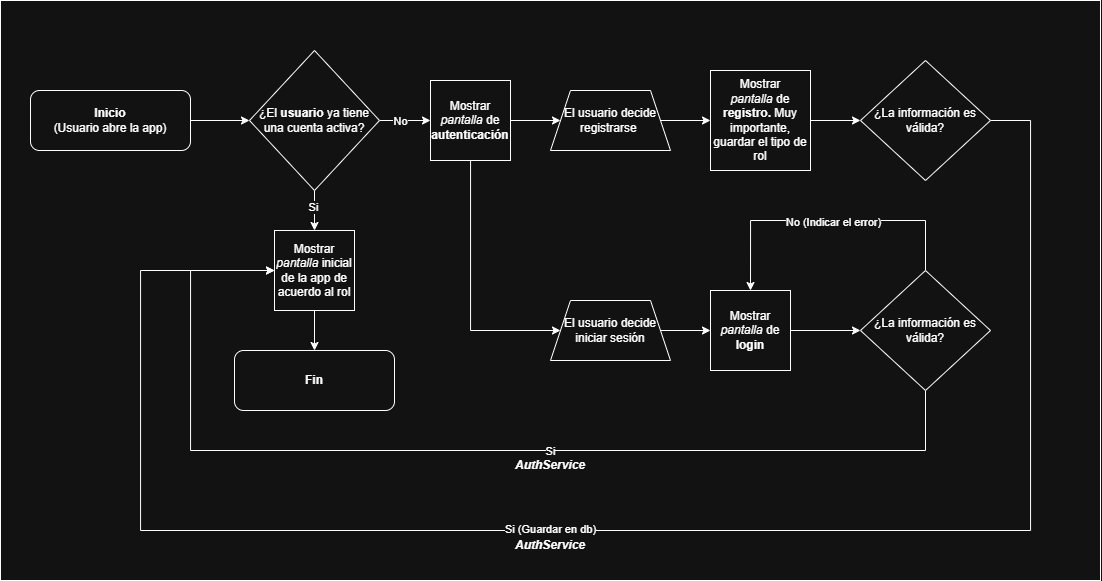
Above: Workshop_2_Design/diagrams/Diagrams - Surplus Food - Auth.png in Cristian7B/SystemAnalysisCourse (draw.io), before the change. Source tidied: cells renumbered, new cells last; positions are measured from the earlier drawing's top-left corner, leaving out a move shared by most shapes. The source it was exported from:
```xml
<mxGraphModel>
  <root>
    <mxCell id="0" />
    <mxCell id="1" parent="0" />
    <mxCell id="2" style="edgeStyle=orthogonalEdgeStyle;rounded=0;jettySize=auto;html=1;entryX=0.5;entryY=0;entryDx=0;entryDy=0;exitX=0.5;exitY=0;exitDx=0;exitDy=0;" parent="1" edge="1" source="27" target="22">
      <mxGeometry relative="1" as="geometry" />
    </mxCell>
    <mxCell id="3" style="rounded=0;whiteSpace=wrap;html=1;" parent="1" vertex="1">
      <mxGeometry width="1100" height="580" as="geometry" />
    </mxCell>
    <mxCell id="4" style="edgeStyle=orthogonalEdgeStyle;rounded=0;jettySize=auto;html=1;entryX=0;entryY=0.5;entryDx=0;entryDy=0;" parent="1" edge="1" source="5" target="10">
      <mxGeometry relative="1" as="geometry" />
    </mxCell>
    <mxCell id="5" value="&lt;b&gt;Inicio&lt;/b&gt;&lt;div&gt;(Usuario abre la app)&lt;/div&gt;" style="rounded=1;whiteSpace=wrap;html=1;" parent="1" vertex="1">
      <mxGeometry x="30" y="90" width="160" height="60" as="geometry" />
    </mxCell>
    <mxCell id="6" style="edgeStyle=orthogonalEdgeStyle;rounded=0;jettySize=auto;html=1;" parent="1" edge="1" source="10">
      <mxGeometry relative="1" as="geometry">
        <mxPoint x="314" y="230" as="targetPoint" />
      </mxGeometry>
    </mxCell>
    <mxCell id="7" value="Si" style="edgeLabel;html=1;align=center;verticalAlign=middle;" parent="6" vertex="1">
      <mxGeometry x="-0.15" y="-2" relative="1" as="geometry" />
    </mxCell>
    <mxCell id="8" style="edgeStyle=orthogonalEdgeStyle;rounded=0;jettySize=auto;html=1;entryX=0;entryY=0.5;entryDx=0;entryDy=0;" parent="1" edge="1" source="10" target="16">
      <mxGeometry relative="1" as="geometry" />
    </mxCell>
    <mxCell id="9" value="No" style="edgeLabel;html=1;align=center;verticalAlign=middle;" parent="8" vertex="1">
      <mxGeometry x="-0.21" relative="1" as="geometry" />
    </mxCell>
    <mxCell id="10" value="¿El &lt;b&gt;usuario &lt;/b&gt;ya tiene una cuenta activa?" style="rhombus;whiteSpace=wrap;html=1;" parent="1" vertex="1">
      <mxGeometry x="249" y="50" width="130" height="140" as="geometry" />
    </mxCell>
    <mxCell id="11" style="edgeStyle=orthogonalEdgeStyle;rounded=0;jettySize=auto;html=1;entryX=0.5;entryY=0;entryDx=0;entryDy=0;" parent="1" edge="1" source="12" target="13">
      <mxGeometry relative="1" as="geometry" />
    </mxCell>
    <mxCell id="12" value="Mostrar &lt;i&gt;pantalla&lt;/i&gt;&amp;nbsp;inicial de la app de acuerdo al rol" style="whiteSpace=wrap;html=1;" parent="1" vertex="1">
      <mxGeometry x="274" y="230" width="80" height="80" as="geometry" />
    </mxCell>
    <mxCell id="13" value="&lt;b&gt;Fin&lt;/b&gt;" style="rounded=1;whiteSpace=wrap;html=1;" parent="1" vertex="1">
      <mxGeometry x="234" y="350" width="160" height="60" as="geometry" />
    </mxCell>
    <mxCell id="14" style="edgeStyle=orthogonalEdgeStyle;rounded=0;jettySize=auto;html=1;entryX=0;entryY=0.5;entryDx=0;entryDy=0;" parent="1" edge="1" source="16" target="18">
      <mxGeometry relative="1" as="geometry" />
    </mxCell>
    <mxCell id="15" style="edgeStyle=orthogonalEdgeStyle;rounded=0;jettySize=auto;html=1;entryX=0;entryY=0.5;entryDx=0;entryDy=0;" parent="1" edge="1" source="16" target="20">
      <mxGeometry relative="1" as="geometry">
        <Array as="points">
          <mxPoint x="470" y="330" />
        </Array>
      </mxGeometry>
    </mxCell>
    <mxCell id="16" value="Mostrar &lt;i&gt;pantalla&lt;/i&gt;&amp;nbsp;de &lt;b&gt;autenticación&lt;/b&gt;" style="whiteSpace=wrap;html=1;" parent="1" vertex="1">
      <mxGeometry x="430" y="80" width="80" height="80" as="geometry" />
    </mxCell>
    <mxCell id="17" style="edgeStyle=orthogonalEdgeStyle;rounded=0;jettySize=auto;html=1;entryX=0;entryY=0.5;entryDx=0;entryDy=0;" parent="1" edge="1" source="18" target="22">
      <mxGeometry relative="1" as="geometry" />
    </mxCell>
    <mxCell id="18" value="El usuario decide registrarse&amp;nbsp;" style="shape=trapezoid;perimeter=trapezoidPerimeter;whiteSpace=wrap;html=1;fixedSize=1;" parent="1" vertex="1">
      <mxGeometry x="550" y="90" width="120" height="60" as="geometry" />
    </mxCell>
    <mxCell id="19" style="edgeStyle=orthogonalEdgeStyle;rounded=0;jettySize=auto;html=1;entryX=0;entryY=0.5;entryDx=0;entryDy=0;" parent="1" edge="1" source="20" target="24">
      <mxGeometry relative="1" as="geometry" />
    </mxCell>
    <mxCell id="20" value="El usuario decide iniciar sesión" style="shape=trapezoid;perimeter=trapezoidPerimeter;whiteSpace=wrap;html=1;fixedSize=1;" parent="1" vertex="1">
      <mxGeometry x="550" y="300" width="120" height="60" as="geometry" />
    </mxCell>
    <mxCell id="21" style="edgeStyle=orthogonalEdgeStyle;rounded=0;jettySize=auto;html=1;" parent="1" edge="1" source="22" target="27">
      <mxGeometry relative="1" as="geometry" />
    </mxCell>
    <mxCell id="22" value="Mostrar &lt;i&gt;pantalla&lt;/i&gt;&amp;nbsp;de &lt;b&gt;registro. &lt;/b&gt;Muy importante, guardar el tipo de rol" style="whiteSpace=wrap;html=1;" parent="1" vertex="1">
      <mxGeometry x="710" y="70" width="100" height="100" as="geometry" />
    </mxCell>
    <mxCell id="23" style="edgeStyle=orthogonalEdgeStyle;rounded=0;jettySize=auto;html=1;entryX=0;entryY=0.5;entryDx=0;entryDy=0;" parent="1" edge="1" source="24" target="32">
      <mxGeometry relative="1" as="geometry" />
    </mxCell>
    <mxCell id="24" value="Mostrar &lt;i&gt;pantalla&lt;/i&gt;&amp;nbsp;de &lt;b&gt;login&lt;/b&gt;" style="whiteSpace=wrap;html=1;" parent="1" vertex="1">
      <mxGeometry x="710" y="290" width="80" height="80" as="geometry" />
    </mxCell>
    <mxCell id="25" style="edgeStyle=orthogonalEdgeStyle;rounded=0;jettySize=auto;html=1;entryX=0;entryY=0.5;entryDx=0;entryDy=0;" parent="1" edge="1" source="27" target="12">
      <mxGeometry relative="1" as="geometry">
        <Array as="points">
          <mxPoint x="1030" y="120" />
          <mxPoint x="1030" y="530" />
          <mxPoint x="140" y="530" />
          <mxPoint x="140" y="270" />
        </Array>
      </mxGeometry>
    </mxCell>
    <mxCell id="26" value="Si (Guardar en db)" style="edgeLabel;html=1;align=center;verticalAlign=middle;" parent="25" vertex="1">
      <mxGeometry x="0.06" y="-2" relative="1" as="geometry">
        <mxPoint x="-13" as="offset" />
      </mxGeometry>
    </mxCell>
    <mxCell id="27" value="¿La información es válida?" style="rhombus;whiteSpace=wrap;html=1;" parent="1" vertex="1">
      <mxGeometry x="860" y="60" width="130" height="120" as="geometry" />
    </mxCell>
    <mxCell id="28" style="edgeStyle=orthogonalEdgeStyle;rounded=0;jettySize=auto;html=1;entryX=0;entryY=0.5;entryDx=0;entryDy=0;" parent="1" edge="1" source="32" target="12">
      <mxGeometry relative="1" as="geometry">
        <Array as="points">
          <mxPoint x="925" y="450" />
          <mxPoint x="190" y="450" />
          <mxPoint x="190" y="270" />
        </Array>
      </mxGeometry>
    </mxCell>
    <mxCell id="29" value="Si" style="edgeLabel;html=1;align=center;verticalAlign=middle;" parent="28" vertex="1">
      <mxGeometry x="-0.19" y="-4" relative="1" as="geometry">
        <mxPoint x="-5" y="4" as="offset" />
      </mxGeometry>
    </mxCell>
    <mxCell id="30" style="edgeStyle=orthogonalEdgeStyle;rounded=0;jettySize=auto;html=1;entryX=0.5;entryY=0;entryDx=0;entryDy=0;exitX=0.5;exitY=0;exitDx=0;exitDy=0;" parent="1" edge="1" source="32" target="24">
      <mxGeometry relative="1" as="geometry">
        <Array as="points">
          <mxPoint x="925" y="220" />
          <mxPoint x="750" y="220" />
        </Array>
      </mxGeometry>
    </mxCell>
    <mxCell id="31" value="No (Indicar el error)" style="edgeLabel;html=1;align=center;verticalAlign=middle;" parent="30" vertex="1">
      <mxGeometry x="-0.03" y="1" relative="1" as="geometry" />
    </mxCell>
    <mxCell id="32" value="¿La información es válida?" style="rhombus;whiteSpace=wrap;html=1;" parent="1" vertex="1">
      <mxGeometry x="860" y="270" width="130" height="120" as="geometry" />
    </mxCell>
    <mxCell id="33" value="AuthService" style="text;html=1;whiteSpace=wrap;strokeColor=none;fillColor=none;align=center;verticalAlign=middle;rounded=0;fontStyle=3;" parent="1" vertex="1">
      <mxGeometry x="520" y="530" width="60" height="30" as="geometry" />
    </mxCell>
    <mxCell id="34" value="AuthService" style="text;html=1;whiteSpace=wrap;strokeColor=none;fillColor=none;align=center;verticalAlign=middle;rounded=0;fontStyle=3;" parent="1" vertex="1">
      <mxGeometry x="520" y="450" width="60" height="30" as="geometry" />
    </mxCell>
  </root>
</mxGraphModel>
```
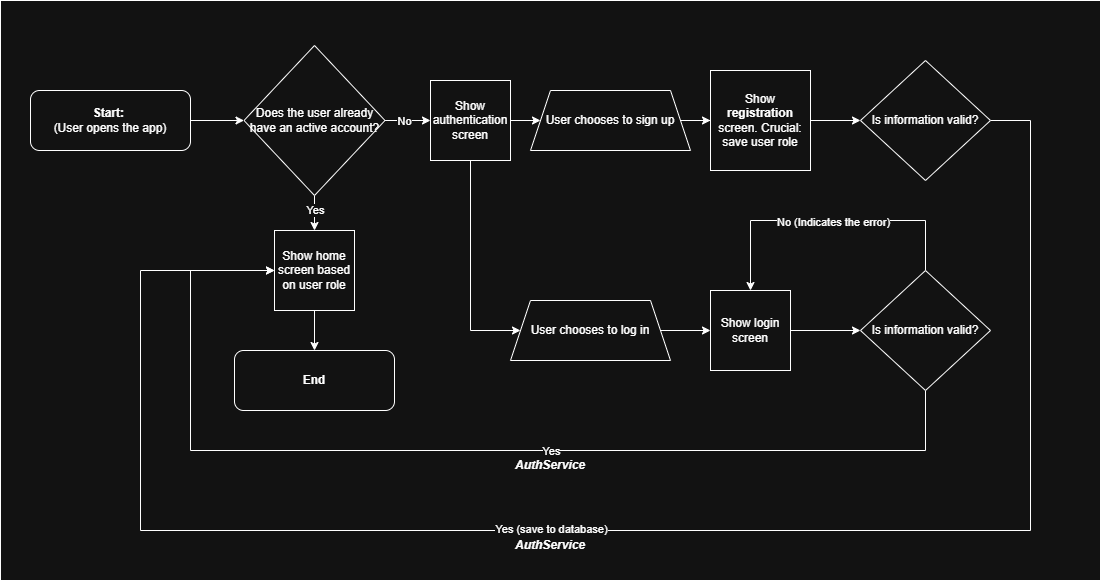
The same file after the commit.

Change to the diagram source:
```diff
@@ -11,7 +11,7 @@
     <mxCell id="4" style="edgeStyle=orthogonalEdgeStyle;rounded=0;jettySize=auto;html=1;entryX=0;entryY=0.5;entryDx=0;entryDy=0;" parent="1" edge="1" source="5" target="10">
       <mxGeometry relative="1" as="geometry" />
     </mxCell>
-    <mxCell id="5" value="&lt;b&gt;Inicio&lt;/b&gt;&lt;div&gt;(Usuario abre la app)&lt;/div&gt;" style="rounded=1;whiteSpace=wrap;html=1;" parent="1" vertex="1">
+    <mxCell id="5" value="&lt;span&gt;&lt;/span&gt;&lt;span&gt;&lt;b&gt;Start:&lt;/b&gt;&amp;nbsp;&lt;/span&gt;&lt;div&gt;&lt;span&gt;(User opens the app)&lt;/span&gt;&lt;/div&gt;" style="rounded=1;whiteSpace=wrap;html=1;" parent="1" vertex="1">
       <mxGeometry x="30" y="90" width="160" height="60" as="geometry" />
     </mxCell>
     <mxCell id="6" style="edgeStyle=orthogonalEdgeStyle;rounded=0;jettySize=auto;html=1;" parent="1" edge="1" source="10">
@@ -19,8 +19,10 @@
         <mxPoint x="314" y="230" as="targetPoint" />
       </mxGeometry>
     </mxCell>
-    <mxCell id="7" value="Si" style="edgeLabel;html=1;align=center;verticalAlign=middle;" parent="6" vertex="1">
-      <mxGeometry x="-0.15" y="-2" relative="1" as="geometry" />
+    <mxCell id="7" value="Yes" style="edgeLabel;html=1;align=center;verticalAlign=middle;" parent="6" vertex="1">
+      <mxGeometry x="-0.15" y="-2" relative="1" as="geometry">
+        <mxPoint x="2" y="-4" as="offset" />
+      </mxGeometry>
     </mxCell>
     <mxCell id="8" style="edgeStyle=orthogonalEdgeStyle;rounded=0;jettySize=auto;html=1;entryX=0;entryY=0.5;entryDx=0;entryDy=0;" parent="1" edge="1" source="10" target="16">
       <mxGeometry relative="1" as="geometry" />
@@ -28,16 +30,16 @@
     <mxCell id="9" value="No" style="edgeLabel;html=1;align=center;verticalAlign=middle;" parent="8" vertex="1">
       <mxGeometry x="-0.21" relative="1" as="geometry" />
     </mxCell>
-    <mxCell id="10" value="¿El &lt;b&gt;usuario &lt;/b&gt;ya tiene una cuenta activa?" style="rhombus;whiteSpace=wrap;html=1;" parent="1" vertex="1">
-      <mxGeometry x="249" y="50" width="130" height="140" as="geometry" />
+    <mxCell id="10" value="Does the user already have an active account?" style="rhombus;whiteSpace=wrap;html=1;" parent="1" vertex="1">
+      <mxGeometry x="243.5" y="45" width="141" height="150" as="geometry" />
     </mxCell>
     <mxCell id="11" style="edgeStyle=orthogonalEdgeStyle;rounded=0;jettySize=auto;html=1;entryX=0.5;entryY=0;entryDx=0;entryDy=0;" parent="1" edge="1" source="12" target="13">
       <mxGeometry relative="1" as="geometry" />
     </mxCell>
-    <mxCell id="12" value="Mostrar &lt;i&gt;pantalla&lt;/i&gt;&amp;nbsp;inicial de la app de acuerdo al rol" style="whiteSpace=wrap;html=1;" parent="1" vertex="1">
+    <mxCell id="12" value="Show home screen based on user role" style="whiteSpace=wrap;html=1;" parent="1" vertex="1">
       <mxGeometry x="274" y="230" width="80" height="80" as="geometry" />
     </mxCell>
-    <mxCell id="13" value="&lt;b&gt;Fin&lt;/b&gt;" style="rounded=1;whiteSpace=wrap;html=1;" parent="1" vertex="1">
+    <mxCell id="13" value="&lt;b&gt;End&lt;/b&gt;" style="rounded=1;whiteSpace=wrap;html=1;" parent="1" vertex="1">
       <mxGeometry x="234" y="350" width="160" height="60" as="geometry" />
     </mxCell>
     <mxCell id="14" style="edgeStyle=orthogonalEdgeStyle;rounded=0;jettySize=auto;html=1;entryX=0;entryY=0.5;entryDx=0;entryDy=0;" parent="1" edge="1" source="16" target="18">
@@ -50,31 +52,31 @@
         </Array>
       </mxGeometry>
     </mxCell>
-    <mxCell id="16" value="Mostrar &lt;i&gt;pantalla&lt;/i&gt;&amp;nbsp;de &lt;b&gt;autenticación&lt;/b&gt;" style="whiteSpace=wrap;html=1;" parent="1" vertex="1">
+    <mxCell id="16" value="Show authentication screen" style="whiteSpace=wrap;html=1;" parent="1" vertex="1">
       <mxGeometry x="430" y="80" width="80" height="80" as="geometry" />
     </mxCell>
     <mxCell id="17" style="edgeStyle=orthogonalEdgeStyle;rounded=0;jettySize=auto;html=1;entryX=0;entryY=0.5;entryDx=0;entryDy=0;" parent="1" edge="1" source="18" target="22">
       <mxGeometry relative="1" as="geometry" />
     </mxCell>
-    <mxCell id="18" value="El usuario decide registrarse&amp;nbsp;" style="shape=trapezoid;perimeter=trapezoidPerimeter;whiteSpace=wrap;html=1;fixedSize=1;" parent="1" vertex="1">
-      <mxGeometry x="550" y="90" width="120" height="60" as="geometry" />
+    <mxCell id="18" value="&lt;span&gt;&lt;/span&gt;&lt;span&gt;User chooses to sign up&lt;/span&gt;" style="shape=trapezoid;perimeter=trapezoidPerimeter;whiteSpace=wrap;html=1;fixedSize=1;" parent="1" vertex="1">
+      <mxGeometry x="530" y="90" width="160" height="60" as="geometry" />
     </mxCell>
     <mxCell id="19" style="edgeStyle=orthogonalEdgeStyle;rounded=0;jettySize=auto;html=1;entryX=0;entryY=0.5;entryDx=0;entryDy=0;" parent="1" edge="1" source="20" target="24">
       <mxGeometry relative="1" as="geometry" />
     </mxCell>
-    <mxCell id="20" value="El usuario decide iniciar sesión" style="shape=trapezoid;perimeter=trapezoidPerimeter;whiteSpace=wrap;html=1;fixedSize=1;" parent="1" vertex="1">
-      <mxGeometry x="550" y="300" width="120" height="60" as="geometry" />
+    <mxCell id="20" value="&lt;span&gt;&lt;/span&gt;&lt;span&gt;User chooses to log in&lt;/span&gt;" style="shape=trapezoid;perimeter=trapezoidPerimeter;whiteSpace=wrap;html=1;fixedSize=1;" parent="1" vertex="1">
+      <mxGeometry x="510" y="300" width="160" height="60" as="geometry" />
     </mxCell>
     <mxCell id="21" style="edgeStyle=orthogonalEdgeStyle;rounded=0;jettySize=auto;html=1;" parent="1" edge="1" source="22" target="27">
       <mxGeometry relative="1" as="geometry" />
     </mxCell>
-    <mxCell id="22" value="Mostrar &lt;i&gt;pantalla&lt;/i&gt;&amp;nbsp;de &lt;b&gt;registro. &lt;/b&gt;Muy importante, guardar el tipo de rol" style="whiteSpace=wrap;html=1;" parent="1" vertex="1">
+    <mxCell id="22" value="Show &lt;b&gt;registration &lt;/b&gt;screen. Crucial: save user role" style="whiteSpace=wrap;html=1;" parent="1" vertex="1">
       <mxGeometry x="710" y="70" width="100" height="100" as="geometry" />
     </mxCell>
     <mxCell id="23" style="edgeStyle=orthogonalEdgeStyle;rounded=0;jettySize=auto;html=1;entryX=0;entryY=0.5;entryDx=0;entryDy=0;" parent="1" edge="1" source="24" target="32">
       <mxGeometry relative="1" as="geometry" />
     </mxCell>
-    <mxCell id="24" value="Mostrar &lt;i&gt;pantalla&lt;/i&gt;&amp;nbsp;de &lt;b&gt;login&lt;/b&gt;" style="whiteSpace=wrap;html=1;" parent="1" vertex="1">
+    <mxCell id="24" value="Show login screen" style="whiteSpace=wrap;html=1;" parent="1" vertex="1">
       <mxGeometry x="710" y="290" width="80" height="80" as="geometry" />
     </mxCell>
     <mxCell id="25" style="edgeStyle=orthogonalEdgeStyle;rounded=0;jettySize=auto;html=1;entryX=0;entryY=0.5;entryDx=0;entryDy=0;" parent="1" edge="1" source="27" target="12">
@@ -87,12 +89,12 @@
         </Array>
       </mxGeometry>
     </mxCell>
-    <mxCell id="26" value="Si (Guardar en db)" style="edgeLabel;html=1;align=center;verticalAlign=middle;" parent="25" vertex="1">
+    <mxCell id="26" value="Yes (save to database)" style="edgeLabel;html=1;align=center;verticalAlign=middle;" parent="25" vertex="1">
       <mxGeometry x="0.06" y="-2" relative="1" as="geometry">
         <mxPoint x="-13" as="offset" />
       </mxGeometry>
     </mxCell>
-    <mxCell id="27" value="¿La información es válida?" style="rhombus;whiteSpace=wrap;html=1;" parent="1" vertex="1">
+    <mxCell id="27" value="&lt;span&gt;&lt;/span&gt;&lt;span&gt;Is information valid?&lt;/span&gt;" style="rhombus;whiteSpace=wrap;html=1;" parent="1" vertex="1">
       <mxGeometry x="860" y="60" width="130" height="120" as="geometry" />
     </mxCell>
     <mxCell id="28" style="edgeStyle=orthogonalEdgeStyle;rounded=0;jettySize=auto;html=1;entryX=0;entryY=0.5;entryDx=0;entryDy=0;" parent="1" edge="1" source="32" target="12">
@@ -104,7 +106,7 @@
         </Array>
       </mxGeometry>
     </mxCell>
-    <mxCell id="29" value="Si" style="edgeLabel;html=1;align=center;verticalAlign=middle;" parent="28" vertex="1">
+    <mxCell id="29" value="Yes" style="edgeLabel;html=1;align=center;verticalAlign=middle;" parent="28" vertex="1">
       <mxGeometry x="-0.19" y="-4" relative="1" as="geometry">
         <mxPoint x="-5" y="4" as="offset" />
       </mxGeometry>
@@ -117,10 +119,10 @@
         </Array>
       </mxGeometry>
     </mxCell>
-    <mxCell id="31" value="No (Indicar el error)" style="edgeLabel;html=1;align=center;verticalAlign=middle;" parent="30" vertex="1">
+    <mxCell id="31" value="No (Indicates the error)" style="edgeLabel;html=1;align=center;verticalAlign=middle;" parent="30" vertex="1">
       <mxGeometry x="-0.03" y="1" relative="1" as="geometry" />
     </mxCell>
-    <mxCell id="32" value="¿La información es válida?" style="rhombus;whiteSpace=wrap;html=1;" parent="1" vertex="1">
+    <mxCell id="32" value="&lt;span&gt;&lt;/span&gt;&lt;span&gt;Is information valid?&lt;/span&gt;" style="rhombus;whiteSpace=wrap;html=1;" parent="1" vertex="1">
       <mxGeometry x="860" y="270" width="130" height="120" as="geometry" />
     </mxCell>
     <mxCell id="33" value="AuthService" style="text;html=1;whiteSpace=wrap;strokeColor=none;fillColor=none;align=center;verticalAlign=middle;rounded=0;fontStyle=3;" parent="1" vertex="1">
```
